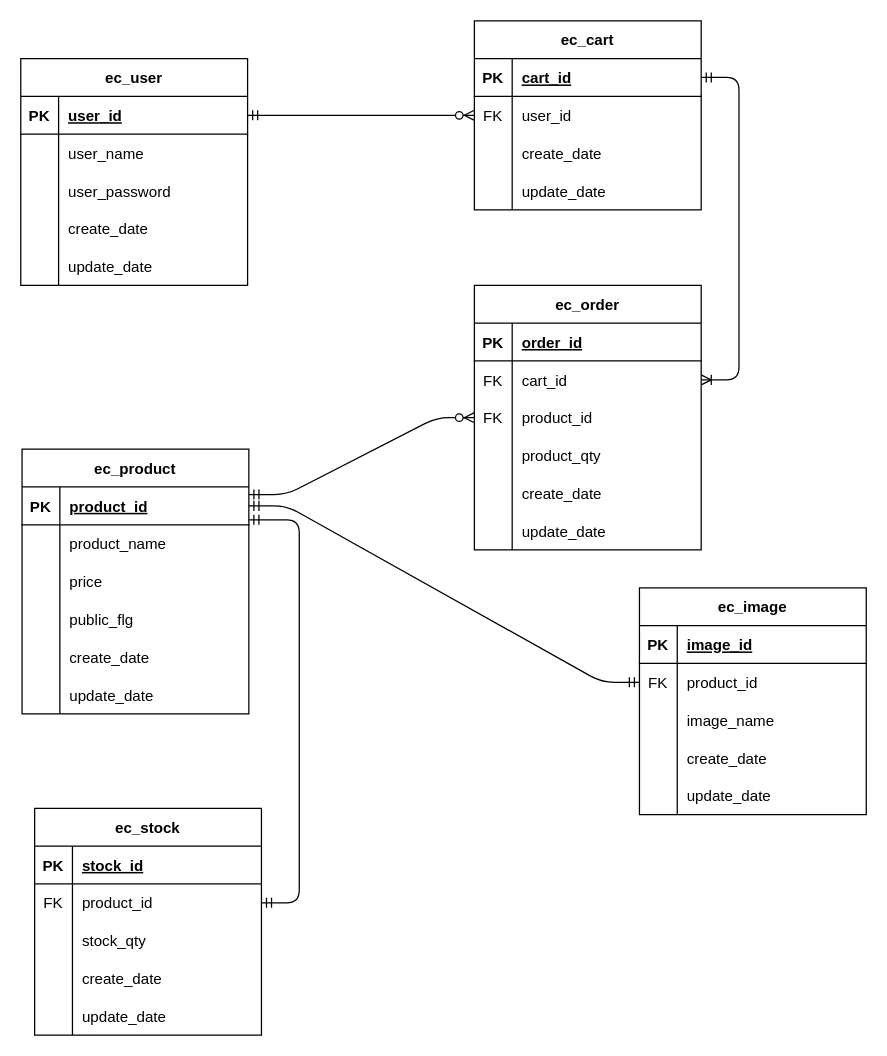
wakamyc701/dc_work_tamachi_wakamiya_PHP keeps this draw.io diagram as htdocs/ec_site/documents/ER.dio. Above is the earlier version. Source tidied: cells renumbered, new cells numbered last; positions are measured from the earlier drawing's top-left corner, leaving out a move shared by most shapes. Both pictures are drawn from the tidied source at 126%, with x=0, y=0 at pixel (20, 20).
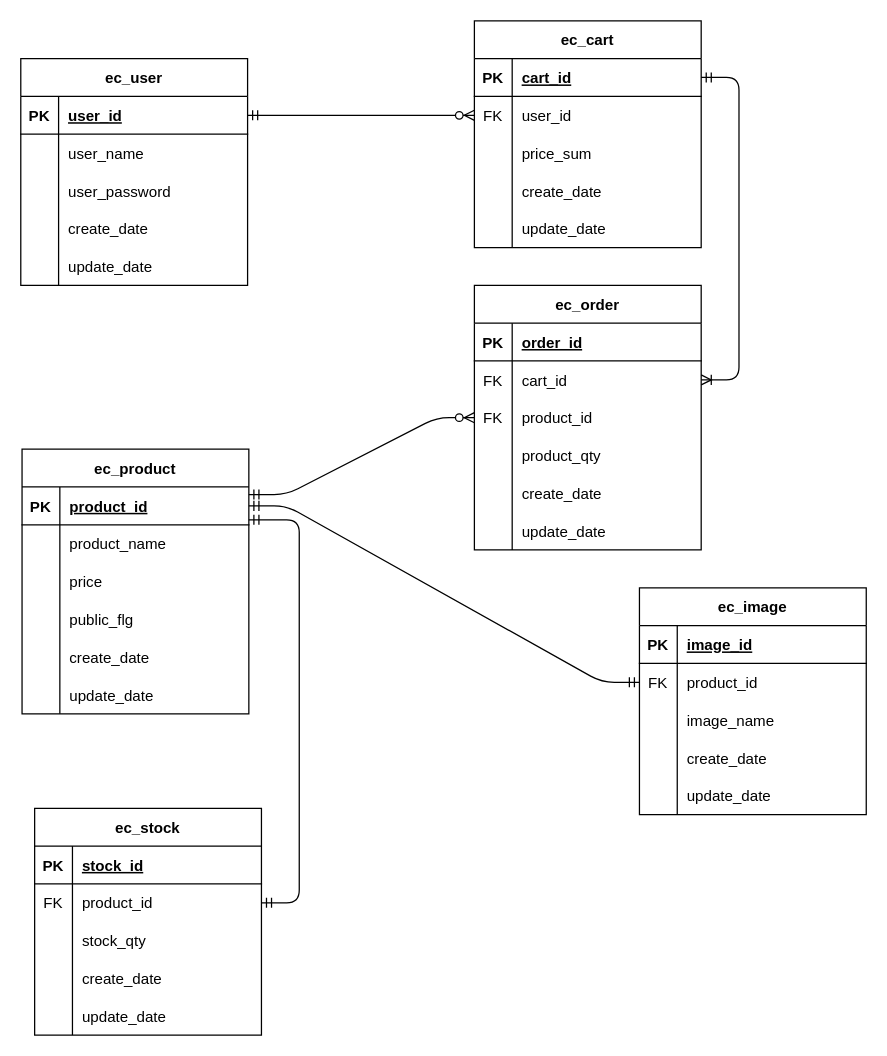
The same diagram, later.

Unchanged cells that the change refers to:
```xml
<mxCell id="25" style="shape=tableRow;horizontal=0;startSize=0;swimlaneHead=0;swimlaneBody=0;fillColor=none;top=0;left=0;right=0;bottom=0;" parent="18" vertex="1">
  <mxGeometry y="90" width="180" height="30" as="geometry" />
</mxCell>
<mxCell id="28" style="shape=tableRow;horizontal=0;startSize=0;swimlaneHead=0;swimlaneBody=0;fillColor=none;top=0;left=0;right=0;bottom=0;" parent="18" vertex="1">
  <mxGeometry y="120" width="180" height="30" as="geometry" />
</mxCell>
```

What changed in the source:
```diff
@@
     <mxCell id="18" value="ec_cart" style="shape=table;startSize=30;childLayout=tableLayout;rowLines=0;fontStyle=1;align=center;" parent="1" vertex="1">
-      <mxGeometry x="360" width="180" height="150" as="geometry" />
+      <mxGeometry x="360" width="180" height="180" as="geometry" />
     </mxCell>
@@
-    <mxCell id="27" value="create_date" style="shape=partialRectangle;fillColor=none;top=0;left=0;bottom=0;right=0;align=left;spacingLeft=6;overflow=hidden;" parent="25" vertex="1">
+    <mxCell id="27" value="price_sum" style="shape=partialRectangle;fillColor=none;top=0;left=0;bottom=0;right=0;align=left;spacingLeft=6;overflow=hidden;" parent="25" vertex="1">
       <mxGeometry x="30" width="150" height="30" as="geometry" />
     </mxCell>
@@
-    <mxCell id="30" value="update_date" style="shape=partialRectangle;fillColor=none;top=0;left=0;bottom=0;right=0;align=left;spacingLeft=6;overflow=hidden;" parent="28" vertex="1">
+    <mxCell id="30" value="create_date" style="shape=partialRectangle;fillColor=none;top=0;left=0;bottom=0;right=0;align=left;spacingLeft=6;overflow=hidden;" parent="28" vertex="1">
       <mxGeometry x="30" width="150" height="30" as="geometry" />
     </mxCell>
+    <mxCell id="106" style="shape=tableRow;horizontal=0;startSize=0;swimlaneHead=0;swimlaneBody=0;fillColor=none;top=0;left=0;right=0;bottom=0;" parent="18" vertex="1">
+      <mxGeometry y="150" width="180" height="30" as="geometry" />
+    </mxCell>
+    <mxCell id="107" style="shape=partialRectangle;fillColor=none;top=0;left=0;bottom=0;right=0;overflow=hidden;" parent="106" vertex="1">
+      <mxGeometry width="30" height="30" as="geometry" />
+    </mxCell>
+    <mxCell id="108" value="update_date" style="shape=partialRectangle;fillColor=none;top=0;left=0;bottom=0;right=0;align=left;spacingLeft=6;overflow=hidden;" parent="106" vertex="1">
+      <mxGeometry x="30" width="150" height="30" as="geometry" />
+    </mxCell>
```
